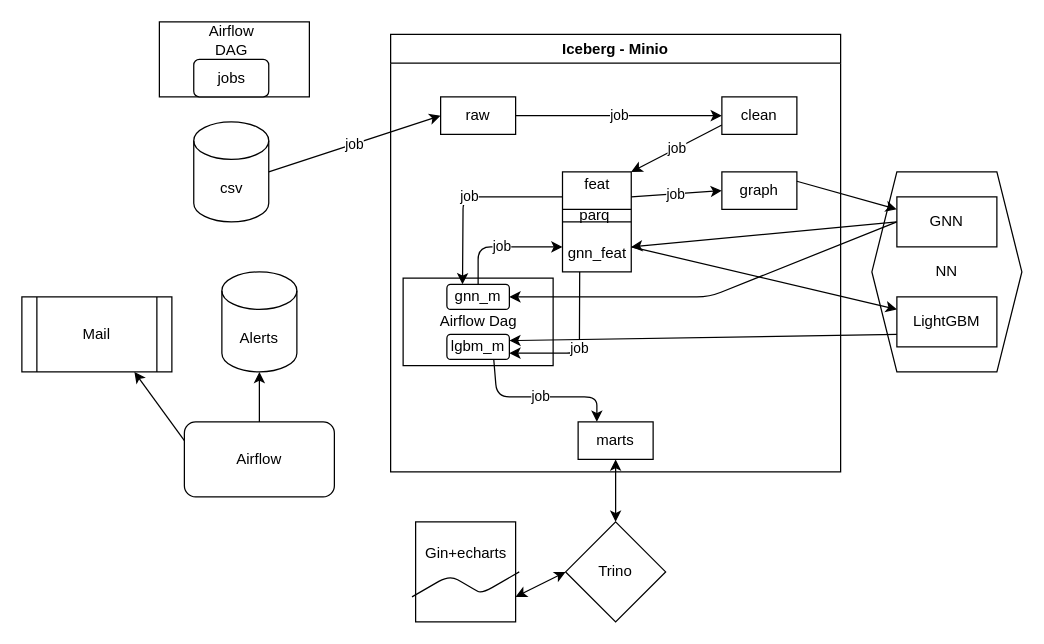
Pfpfpfpfal/Cocoonbl keeps this draw.io diagram as schema.drawio. Above is the earlier version. Source tidied: cells renumbered, new cells numbered last; positions are measured from the earlier drawing's top-left corner, leaving out a move shared by most shapes. Both pictures are drawn from the tidied source at 125%, with x=0, y=0 at pixel (21, 21).
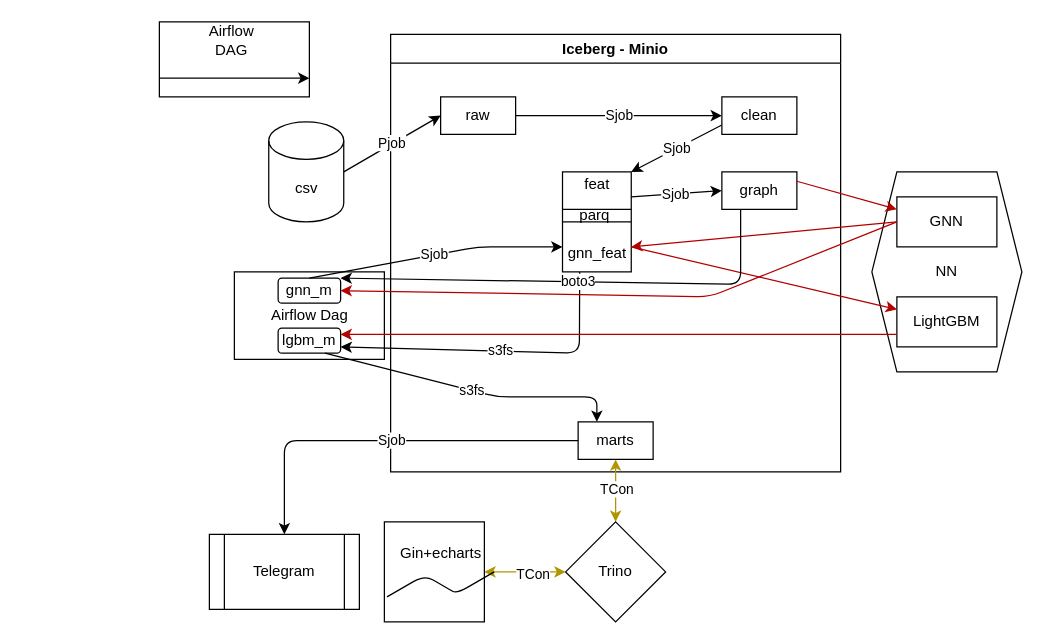
The same diagram, later.

Commit message:
Обновлена схема

The change refers to these unchanged cells:
```xml
<mxCell id="3" value="Iceberg - Minio" style="swimlane;whiteSpace=wrap;html=1;" parent="1" vertex="1">
  <mxGeometry x="295" y="10" width="360" height="350" as="geometry" />
</mxCell>
<mxCell id="4" style="rounded=0;whiteSpace=wrap;html=1;" parent="3" vertex="1">
  <mxGeometry x="137.5" y="110" width="55" height="80" as="geometry" />
</mxCell>
<mxCell id="6" value="raw" style="rounded=0;whiteSpace=wrap;html=1;" parent="3" vertex="1">
  <mxGeometry x="40" y="50" width="60" height="30" as="geometry" />
</mxCell>
<mxCell id="7" value="marts" style="rounded=0;whiteSpace=wrap;html=1;" parent="3" vertex="1">
  <mxGeometry x="150" y="310" width="60" height="30" as="geometry" />
</mxCell>
<mxCell id="10" value="clean" style="rounded=0;whiteSpace=wrap;html=1;" parent="3" vertex="1">
  <mxGeometry x="265" y="50" width="60" height="30" as="geometry" />
</mxCell>
<mxCell id="11" value="graph" style="rounded=0;whiteSpace=wrap;html=1;" parent="3" vertex="1">
  <mxGeometry x="265" y="110" width="60" height="30" as="geometry" />
</mxCell>
<mxCell id="28" value="Trino" style="rhombus;whiteSpace=wrap;html=1;" parent="1" vertex="1">
  <mxGeometry x="435" y="400" width="80" height="80" as="geometry" />
</mxCell>
<mxCell id="40" value="GNN" style="rounded=0;whiteSpace=wrap;html=1;" parent="1" vertex="1">
  <mxGeometry x="700" y="140" width="80" height="40" as="geometry" />
</mxCell>
<mxCell id="42" value="LightGBM" style="rounded=0;whiteSpace=wrap;html=1;" parent="1" vertex="1">
  <mxGeometry x="700" y="220" width="80" height="40" as="geometry" />
</mxCell>
<mxCell id="43" style="rounded=0;whiteSpace=wrap;html=1;" parent="1" vertex="1">
  <mxGeometry x="110" width="120" height="60" as="geometry" />
</mxCell>
```

Change to the diagram source:
```diff
@@
     <mxCell id="2" value="csv" style="shape=cylinder3;whiteSpace=wrap;html=1;boundedLbl=1;backgroundOutline=1;size=15;" parent="1" vertex="1">
-      <mxGeometry x="137.5" y="80" width="60" height="80" as="geometry" />
+      <mxGeometry x="197.5" y="80" width="60" height="80" as="geometry" />
     </mxCell>
@@
-    <mxCell id="5" value="job" style="edgeStyle=none;html=1;exitX=1;exitY=0.5;exitDx=0;exitDy=0;entryX=0;entryY=0.5;entryDx=0;entryDy=0;" parent="3" edge="1" source="6" target="10">
+    <mxCell id="5" value="Sjob" style="edgeStyle=none;html=1;exitX=1;exitY=0.5;exitDx=0;exitDy=0;entryX=0;entryY=0.5;entryDx=0;entryDy=0;" parent="3" edge="1" source="6" target="10">
       <mxGeometry relative="1" as="geometry" />
     </mxCell>
@@
-    <mxCell id="8" value="job" style="edgeStyle=none;html=1;entryX=0;entryY=0.5;entryDx=0;entryDy=0;exitX=1;exitY=0.25;exitDx=0;exitDy=0;" parent="3" edge="1" source="4" target="11">
+    <mxCell id="8" value="Sjob" style="edgeStyle=none;html=1;entryX=0;entryY=0.5;entryDx=0;entryDy=0;exitX=1;exitY=0.25;exitDx=0;exitDy=0;" parent="3" edge="1" source="4" target="11">
       <mxGeometry relative="1" as="geometry" />
     </mxCell>
-    <mxCell id="9" value="job" style="edgeStyle=none;html=1;exitX=0;exitY=0.75;exitDx=0;exitDy=0;entryX=1;entryY=0;entryDx=0;entryDy=0;" parent="3" edge="1" source="10" target="4">
+    <mxCell id="9" value="Sjob" style="edgeStyle=none;html=1;exitX=0;exitY=0.75;exitDx=0;exitDy=0;entryX=1;entryY=0;entryDx=0;entryDy=0;" parent="3" edge="1" source="10" target="4">
       <mxGeometry relative="1" as="geometry" />
     </mxCell>
@@
-    <mxCell id="12" style="rounded=0;whiteSpace=wrap;html=1;" parent="3" vertex="1">
-      <mxGeometry x="10" y="195" width="120" height="70" as="geometry" />
-    </mxCell>
-    <mxCell id="13" value="Airflow Dag" style="text;html=1;align=center;verticalAlign=middle;strokeColor=none;fillColor=none;" parent="3" vertex="1">
-      <mxGeometry x="30" y="215" width="80" height="30" as="geometry" />
-    </mxCell>
-    <mxCell id="14" value="job" style="edgeStyle=none;html=1;exitX=0.75;exitY=1;exitDx=0;exitDy=0;entryX=0.25;entryY=0;entryDx=0;entryDy=0;" parent="3" edge="1" source="23" target="7">
-      <mxGeometry relative="1" as="geometry">
-        <Array as="points">
-          <mxPoint x="85" y="290" />
-          <mxPoint x="165" y="290" />
-        </Array>
-      </mxGeometry>
-    </mxCell>
@@
-    <mxCell id="16" value="job" style="edgeStyle=none;html=1;entryX=0.25;entryY=0;entryDx=0;entryDy=0;exitX=0;exitY=0.25;exitDx=0;exitDy=0;" parent="3" edge="1" source="4" target="22">
-      <mxGeometry relative="1" as="geometry">
-        <Array as="points">
-          <mxPoint x="58" y="130" />
-        </Array>
-      </mxGeometry>
-    </mxCell>
@@
-    <mxCell id="21" value="job" style="edgeStyle=none;html=1;exitX=0.5;exitY=0;exitDx=0;exitDy=0;entryX=0;entryY=0.75;entryDx=0;entryDy=0;" parent="3" edge="1" source="22" target="4">
-      <mxGeometry relative="1" as="geometry">
-        <Array as="points">
-          <mxPoint x="70" y="170" />
-        </Array>
-      </mxGeometry>
-    </mxCell>
-    <mxCell id="22" value="gnn_m" style="rounded=1;whiteSpace=wrap;html=1;" parent="3" vertex="1">
-      <mxGeometry x="45" y="200" width="50" height="20" as="geometry" />
-    </mxCell>
-    <mxCell id="23" value="lgbm_m" style="rounded=1;whiteSpace=wrap;html=1;" parent="3" vertex="1">
-      <mxGeometry x="45" y="240" width="50" height="20" as="geometry" />
-    </mxCell>
-    <mxCell id="24" value="job" style="edgeStyle=none;html=1;exitX=0.25;exitY=1;exitDx=0;exitDy=0;entryX=1;entryY=0.75;entryDx=0;entryDy=0;" parent="3" edge="1" source="4" target="23">
-      <mxGeometry relative="1" as="geometry">
-        <Array as="points">
-          <mxPoint x="151" y="255" />
-        </Array>
-      </mxGeometry>
-    </mxCell>
-    <mxCell id="25" value="job" style="edgeStyle=none;html=1;exitX=1;exitY=0.5;exitDx=0;exitDy=0;entryX=0;entryY=0.5;entryDx=0;entryDy=0;exitPerimeter=0;" parent="1" edge="1" source="2" target="6">
+    <mxCell id="25" value="Pjob" style="edgeStyle=none;html=1;exitX=1;exitY=0.5;exitDx=0;exitDy=0;entryX=0;entryY=0.5;entryDx=0;entryDy=0;exitPerimeter=0;" parent="1" edge="1" source="2" target="6">
       <mxGeometry relative="1" as="geometry" />
     </mxCell>
-    <mxCell id="26" style="edgeStyle=none;html=1;exitX=0.5;exitY=0;exitDx=0;exitDy=0;entryX=0.5;entryY=1;entryDx=0;entryDy=0;startArrow=classic;startFill=1;" parent="1" edge="1" source="28" target="7">
+    <mxCell id="26" style="edgeStyle=none;html=1;exitX=0.5;exitY=0;exitDx=0;exitDy=0;entryX=0.5;entryY=1;entryDx=0;entryDy=0;startArrow=classic;startFill=1;fillColor=#e3c800;strokeColor=#B09500;" parent="1" edge="1" source="28" target="7">
       <mxGeometry relative="1" as="geometry">
         <Array as="points">
           <mxPoint x="475" y="380" />
         </Array>
       </mxGeometry>
     </mxCell>
+    <mxCell id="48" value="TCon" style="edgeLabel;html=1;align=center;verticalAlign=middle;" parent="26" vertex="1">
+      <mxGeometry x="0.09" relative="1" as="geometry" />
+    </mxCell>
-    <mxCell id="27" style="edgeStyle=none;html=1;exitX=0;exitY=0.5;exitDx=0;exitDy=0;entryX=1;entryY=0.75;entryDx=0;entryDy=0;startArrow=classic;startFill=1;" parent="1" edge="1" source="28" target="29">
+    <mxCell id="27" style="edgeStyle=none;html=1;exitX=0;exitY=0.5;exitDx=0;exitDy=0;entryX=1;entryY=0.5;entryDx=0;entryDy=0;startArrow=classic;startFill=1;fillColor=#e3c800;strokeColor=#B09500;" parent="1" edge="1" source="28" target="29">
       <mxGeometry relative="1" as="geometry" />
     </mxCell>
+    <mxCell id="49" value="TCon" style="edgeLabel;html=1;align=center;verticalAlign=middle;" parent="27" vertex="1">
+      <mxGeometry x="-0.16" y="1" relative="1" as="geometry" />
+    </mxCell>
@@
     <mxCell id="29" style="whiteSpace=wrap;html=1;" parent="1" vertex="1">
-      <mxGeometry x="315" y="400" width="80" height="80" as="geometry" />
+      <mxGeometry x="290" y="400" width="80" height="80" as="geometry" />
     </mxCell>
     <mxCell id="30" value="Gin+echarts" style="text;html=1;align=center;verticalAlign=middle;strokeColor=none;fillColor=none;" parent="1" vertex="1">
-      <mxGeometry x="310" y="410" width="90" height="30" as="geometry" />
+      <mxGeometry x="290" y="410" width="90" height="30" as="geometry" />
     </mxCell>
     <mxCell id="31" style="edgeStyle=isometricEdgeStyle;endArrow=none;html=1;" parent="1" edge="1">
       <mxGeometry relative="1" as="geometry">
-        <mxPoint x="312.1" y="460" as="sourcePoint" />
-        <mxPoint x="397.9" y="440" as="targetPoint" />
+        <mxPoint x="292.1" y="460" as="sourcePoint" />
+        <mxPoint x="377.9" y="440" as="targetPoint" />
       </mxGeometry>
     </mxCell>
-    <mxCell id="32" style="edgeStyle=none;html=1;exitX=0;exitY=0.25;exitDx=0;exitDy=0;entryX=0.75;entryY=1;entryDx=0;entryDy=0;" parent="1" edge="1" source="36" target="33">
-      <mxGeometry relative="1" as="geometry" />
-    </mxCell>
-    <mxCell id="33" value="Mail" style="shape=process;whiteSpace=wrap;html=1;backgroundOutline=1;" parent="1" vertex="1">
-      <mxGeometry y="220" width="120" height="60" as="geometry" />
+    <mxCell id="33" value="Telegram" style="shape=process;whiteSpace=wrap;html=1;backgroundOutline=1;" parent="1" vertex="1">
+      <mxGeometry x="150" y="410" width="120" height="60" as="geometry" />
     </mxCell>
-    <mxCell id="34" value="Alerts" style="shape=cylinder3;whiteSpace=wrap;html=1;boundedLbl=1;backgroundOutline=1;size=15;" parent="1" vertex="1">
-      <mxGeometry x="160" y="200" width="60" height="80" as="geometry" />
-    </mxCell>
-    <mxCell id="35" style="edgeStyle=none;html=1;entryX=0.5;entryY=1;entryDx=0;entryDy=0;entryPerimeter=0;exitX=0.5;exitY=0;exitDx=0;exitDy=0;" parent="1" edge="1" source="36" target="34">
-      <mxGeometry relative="1" as="geometry" />
-    </mxCell>
-    <mxCell id="36" value="Airflow" style="rounded=1;whiteSpace=wrap;html=1;" parent="1" vertex="1">
-      <mxGeometry x="130" y="320" width="120" height="60" as="geometry" />
-    </mxCell>
@@
-    <mxCell id="38" style="edgeStyle=none;html=1;exitX=0;exitY=0.5;exitDx=0;exitDy=0;entryX=1;entryY=0.5;entryDx=0;entryDy=0;" parent="1" edge="1" source="40" target="22">
-      <mxGeometry relative="1" as="geometry">
-        <Array as="points">
-          <mxPoint x="550" y="220" />
-        </Array>
-      </mxGeometry>
-    </mxCell>
-    <mxCell id="39" style="edgeStyle=none;html=1;exitX=0;exitY=0.5;exitDx=0;exitDy=0;entryX=1;entryY=0.75;entryDx=0;entryDy=0;" parent="1" edge="1" source="40" target="4">
+    <mxCell id="39" style="edgeStyle=none;html=1;exitX=0;exitY=0.5;exitDx=0;exitDy=0;entryX=1;entryY=0.75;entryDx=0;entryDy=0;fillColor=#e51400;strokeColor=#B20000;" parent="1" edge="1" source="40" target="4">
       <mxGeometry relative="1" as="geometry" />
     </mxCell>
@@
-    <mxCell id="41" style="edgeStyle=none;html=1;exitX=0;exitY=0.75;exitDx=0;exitDy=0;entryX=1;entryY=0.25;entryDx=0;entryDy=0;" parent="1" edge="1" source="42" target="23">
-      <mxGeometry relative="1" as="geometry" />
-    </mxCell>
@@
-    <mxCell id="45" value="jobs" style="rounded=1;whiteSpace=wrap;html=1;" parent="1" vertex="1">
-      <mxGeometry x="137.5" y="30" width="60" height="30" as="geometry" />
-    </mxCell>
-    <mxCell id="46" style="edgeStyle=none;html=1;exitX=1;exitY=0.25;exitDx=0;exitDy=0;entryX=0;entryY=0.25;entryDx=0;entryDy=0;" parent="1" edge="1" source="11" target="40">
+    <mxCell id="46" style="edgeStyle=none;html=1;exitX=1;exitY=0.25;exitDx=0;exitDy=0;entryX=0;entryY=0.25;entryDx=0;entryDy=0;fillColor=#e51400;strokeColor=#B20000;" parent="1" edge="1" source="11" target="40">
       <mxGeometry relative="1" as="geometry" />
     </mxCell>
-    <mxCell id="47" style="edgeStyle=none;html=1;exitX=1;exitY=0.75;exitDx=0;exitDy=0;entryX=0;entryY=0.25;entryDx=0;entryDy=0;" parent="1" edge="1" source="4" target="42">
+    <mxCell id="47" style="edgeStyle=none;html=1;exitX=1;exitY=0.75;exitDx=0;exitDy=0;entryX=0;entryY=0.25;entryDx=0;entryDy=0;fillColor=#e51400;strokeColor=#B20000;" parent="1" edge="1" source="4" target="42">
       <mxGeometry relative="1" as="geometry" />
     </mxCell>
+    <mxCell id="12" style="rounded=0;whiteSpace=wrap;html=1;" parent="1" vertex="1">
+      <mxGeometry x="170" y="200" width="120" height="70" as="geometry" />
+    </mxCell>
+    <mxCell id="13" value="Airflow Dag" style="text;html=1;align=center;verticalAlign=middle;strokeColor=none;fillColor=none;" parent="1" vertex="1">
+      <mxGeometry x="190" y="220" width="80" height="30" as="geometry" />
+    </mxCell>
+    <mxCell id="22" value="gnn_m" style="rounded=1;whiteSpace=wrap;html=1;" parent="1" vertex="1">
+      <mxGeometry x="205" y="205" width="50" height="20" as="geometry" />
+    </mxCell>
+    <mxCell id="23" value="lgbm_m" style="rounded=1;whiteSpace=wrap;html=1;" parent="1" vertex="1">
+      <mxGeometry x="205" y="245" width="50" height="20" as="geometry" />
+    </mxCell>
+    <mxCell id="21" value="Sjob" style="edgeStyle=none;html=1;exitX=0.5;exitY=0;exitDx=0;exitDy=0;entryX=0;entryY=0.75;entryDx=0;entryDy=0;" parent="1" edge="1" source="22" target="4">
+      <mxGeometry relative="1" as="geometry">
+        <Array as="points">
+          <mxPoint x="365" y="180" />
+        </Array>
+      </mxGeometry>
+    </mxCell>
+    <mxCell id="14" value="s3fs" style="edgeStyle=none;html=1;exitX=0.75;exitY=1;exitDx=0;exitDy=0;entryX=0.25;entryY=0;entryDx=0;entryDy=0;" parent="1" edge="1" source="23" target="7">
+      <mxGeometry relative="1" as="geometry">
+        <Array as="points">
+          <mxPoint x="380" y="300" />
+          <mxPoint x="460" y="300" />
+        </Array>
+      </mxGeometry>
+    </mxCell>
+    <mxCell id="24" value="s3fs" style="edgeStyle=none;html=1;exitX=0.25;exitY=1;exitDx=0;exitDy=0;entryX=1;entryY=0.75;entryDx=0;entryDy=0;" parent="1" edge="1" source="4" target="23">
+      <mxGeometry relative="1" as="geometry">
+        <Array as="points">
+          <mxPoint x="446" y="265" />
+        </Array>
+      </mxGeometry>
+    </mxCell>
+    <mxCell id="38" style="edgeStyle=none;html=1;exitX=0;exitY=0.5;exitDx=0;exitDy=0;entryX=1;entryY=0.5;entryDx=0;entryDy=0;fillColor=#e51400;strokeColor=#B20000;" parent="1" edge="1" source="40" target="22">
+      <mxGeometry relative="1" as="geometry">
+        <Array as="points">
+          <mxPoint x="550" y="220" />
+        </Array>
+      </mxGeometry>
+    </mxCell>
+    <mxCell id="41" style="edgeStyle=none;html=1;exitX=0;exitY=0.75;exitDx=0;exitDy=0;entryX=1;entryY=0.25;entryDx=0;entryDy=0;fillColor=#e51400;strokeColor=#B20000;" parent="1" edge="1" source="42" target="23">
+      <mxGeometry relative="1" as="geometry" />
+    </mxCell>
+    <mxCell id="50" style="endArrow=classic;html=1;exitX=0;exitY=0.75;exitDx=0;exitDy=0;entryX=1;entryY=0.75;entryDx=0;entryDy=0;" parent="1" edge="1" source="43" target="43">
+      <mxGeometry relative="1" as="geometry" />
+    </mxCell>
+    <mxCell id="16" value="boto3" style="edgeStyle=none;html=1;entryX=1;entryY=0;entryDx=0;entryDy=0;exitX=0.25;exitY=1;exitDx=0;exitDy=0;" parent="1" edge="1" source="11" target="22">
+      <mxGeometry relative="1" as="geometry">
+        <Array as="points">
+          <mxPoint x="575" y="210" />
+        </Array>
+      </mxGeometry>
+    </mxCell>
+    <mxCell id="51" style="edgeStyle=none;html=1;exitX=0;exitY=0.5;exitDx=0;exitDy=0;entryX=0.5;entryY=0;entryDx=0;entryDy=0;" parent="1" edge="1" target="33">
+      <mxGeometry relative="1" as="geometry">
+        <mxPoint x="445" y="335" as="sourcePoint" />
+        <Array as="points">
+          <mxPoint x="210" y="335" />
+        </Array>
+      </mxGeometry>
+    </mxCell>
+    <mxCell id="52" value="Sjob" style="edgeLabel;html=1;align=center;verticalAlign=middle;" parent="51" vertex="1">
+      <mxGeometry x="-0.03" y="-1" relative="1" as="geometry" />
+    </mxCell>
```
